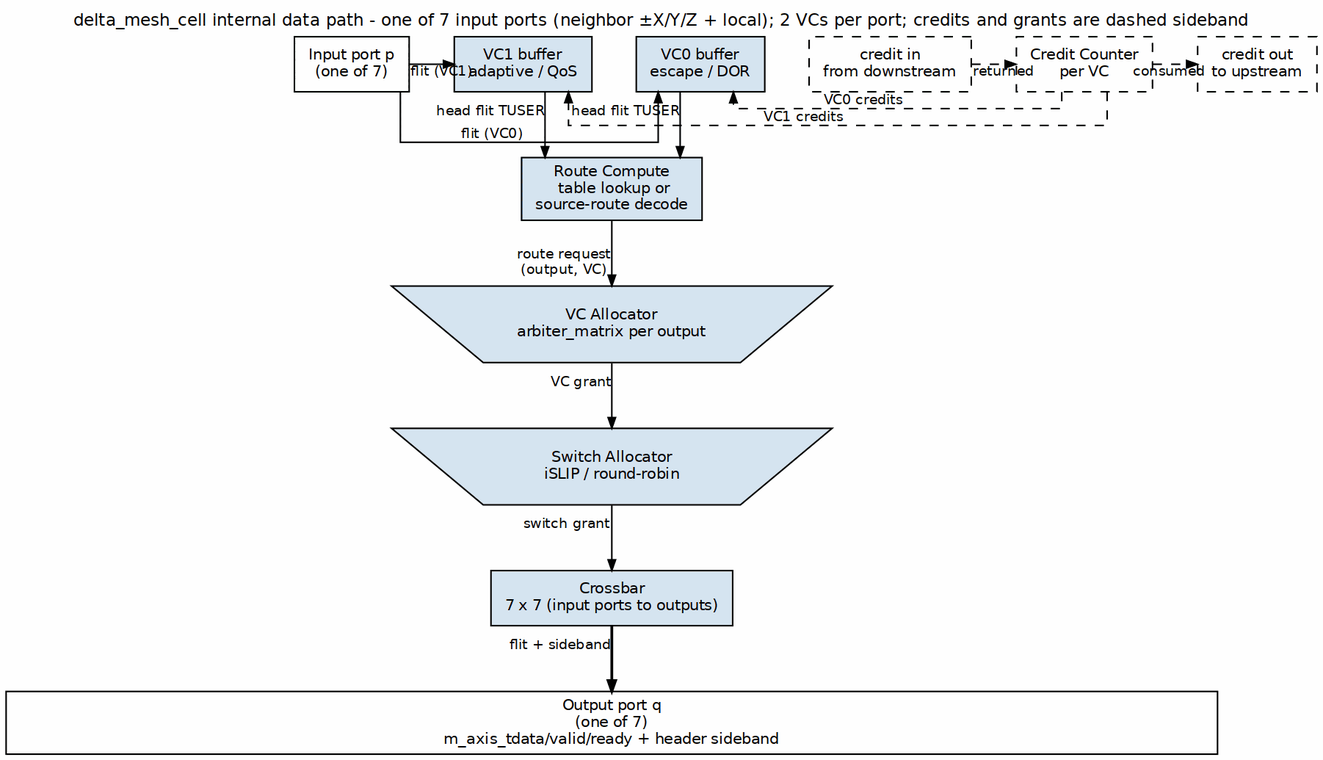
Above: projects/components/fabric-gen-ip/delta/docs/delta_mas/assets/graphviz/delta_mesh_cell_block.png in sean-galloway/RTLDesignSherpa (Graphviz), before the change. Its source is kept beside it as projects/components/fabric-gen-ip/delta/docs/delta_mas/assets/graphviz/delta_mesh_cell_block.dot.
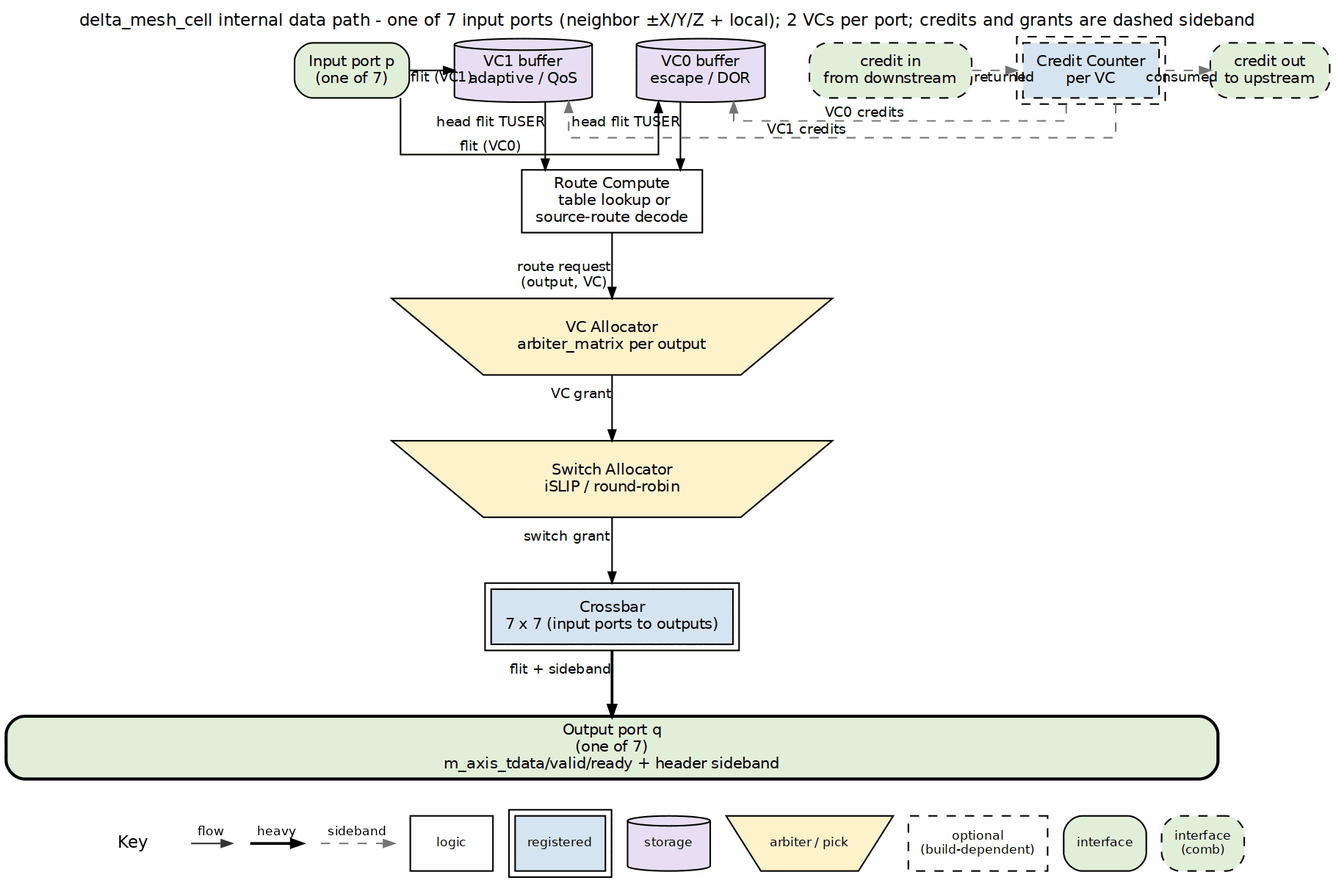
Above is the later version.

Change to the diagram source:
```diff
@@ -3,41 +3,41 @@
            nodesep="0.40", ranksep="0.60", splines=ortho, labelloc=t,
            label="delta_mesh_cell internal data path - one of 7 input ports (neighbor ±X/Y/Z + local); 2 VCs per port; credits and grants are dashed sideband"];
     node  [fontname="Helvetica", fontsize=10, shape=box, style=filled,
-           fillcolor="#D6E4F0", color="black", margin="0.12,0.06"];
+           fillcolor="white", color="black", margin="0.12,0.06"];
     edge  [fontname="Helvetica", fontsize=9, color="black", arrowsize=0.7];
 
-    in_port [label="Input port p\n(one of 7)", fillcolor="white", group=P];
-    vc0 [label="VC0 buffer\nescape / DOR", group=P];
-    vc1 [label="VC1 buffer\nadaptive / QoS", group=P];
+    in_port [label="Input port p\n(one of 7)", fillcolor="white", group=P, style="rounded,filled", fillcolor="#E2EFDA"];
+    vc0 [label="VC0 buffer\nescape / DOR", group=P, shape=cylinder, style="filled", fillcolor="#E8DFF5"];
+    vc1 [label="VC1 buffer\nadaptive / QoS", group=P, shape=cylinder, style="filled", fillcolor="#E8DFF5"];
     { rank=same; in_port; vc0; vc1; }
     in_port -> vc0 [xlabel="flit (VC0)"];
     in_port -> vc1 [xlabel="flit (VC1)"];
 
-    route [label="Route Compute\n table lookup or\nsource-route decode", group=P];
+    route [label="Route Compute\n table lookup or\nsource-route decode", group=P, style="filled", fillcolor="white"];
     vc0 -> route [xlabel="head flit TUSER"];
     vc1 -> route [xlabel="head flit TUSER"];
 
     vc_alloc [label="VC Allocator\narbiter_matrix per output",
-              shape=invtrapezium, width=4.0, height=0.7, group=P];
+              shape=invtrapezium, width=4.0, height=0.7, group=P, style="filled", fillcolor="#FFF2CC"];
     route -> vc_alloc [xlabel="route request\n(output, VC)"];
 
     sw_alloc [label="Switch Allocator\niSLIP / round-robin",
-              shape=invtrapezium, width=4.0, height=0.7, group=P];
+              shape=invtrapezium, width=4.0, height=0.7, group=P, style="filled", fillcolor="#FFF2CC"];
     vc_alloc -> sw_alloc [xlabel="VC grant"];
 
-    xb [label="Crossbar\n7 x 7 (input ports to outputs)", group=P];
+    xb [label="Crossbar\n7 x 7 (input ports to outputs)", group=P, peripheries=2, style="filled", fillcolor="#D6E4F0"];
     sw_alloc -> xb [xlabel="switch grant"];
 
     bar [label="Output port q\n(one of 7)\nm_axis_tdata/valid/ready + header sideband",
-         fillcolor="white", width=11];
+         fillcolor="white", width=11, style="rounded,filled,bold", fillcolor="#E2EFDA"];
     xb -> bar [xlabel="flit + sideband", penwidth=1.8];
 
-    cred_in  [label="credit in\nfrom downstream", fillcolor="white", style=dashed, group=C];
-    cred_ctr [label="Credit Counter\nper VC", style=dashed, group=C];
-    cred_out [label="credit out\nto upstream", fillcolor="white", style=dashed, group=C];
+    cred_in  [label="credit in\nfrom downstream", fillcolor="white", style=dashed, group=C, style="rounded,filled,dashed", fillcolor="#E2EFDA"];
+    cred_ctr [label="Credit Counter\nper VC", style=dashed, group=C, peripheries=2, style="filled,dashed", fillcolor="#D6E4F0"];
+    cred_out [label="credit out\nto upstream", fillcolor="white", style=dashed, group=C, style="rounded,filled,dashed", fillcolor="#E2EFDA"];
     { rank=same; cred_in; cred_ctr; cred_out; }
-    cred_in -> cred_ctr [style=dashed, xlabel="returned"];
-    cred_ctr -> vc0 [style=dashed, constraint=false, xlabel="VC0 credits"];
-    cred_ctr -> vc1 [style=dashed, constraint=false, xlabel="VC1 credits"];
-    cred_ctr -> cred_out [style=dashed, xlabel="consumed"];
+    cred_in -> cred_ctr [style=dashed, color="#777777", xlabel="returned"];
+    cred_ctr -> vc0 [style=dashed, color="#777777", constraint=false, xlabel="VC0 credits"];
+    cred_ctr -> vc1 [style=dashed, color="#777777", constraint=false, xlabel="VC1 credits"];
+    cred_ctr -> cred_out [style=dashed, color="#777777", xlabel="consumed"];
 }
```
